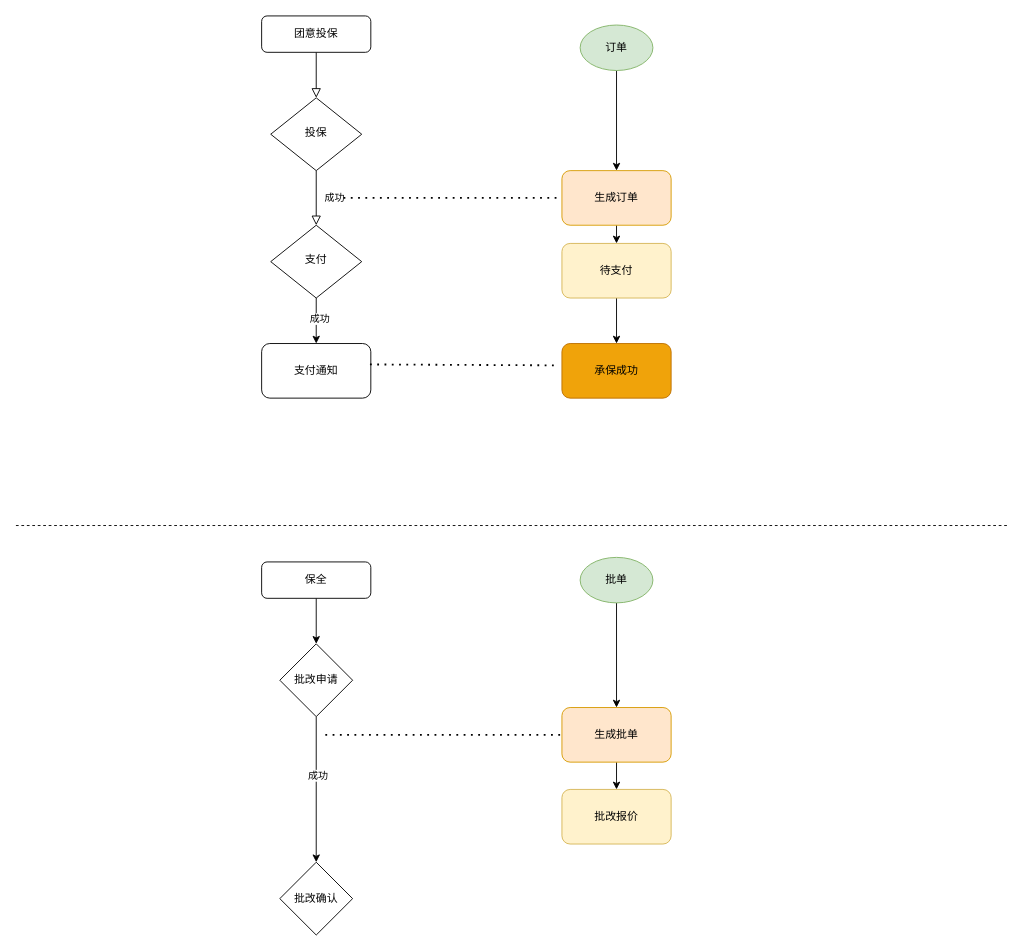
Above: insur/pa-group.drawio in zhanghaiyang1/draw (draw.io), before the change. Source tidied: cells renumbered, new cells numbered last; positions are measured from the earlier drawing's top-left corner, leaving out a move shared by most shapes. Both pictures are drawn from the tidied source at 91%, with x=0, y=0 at pixel (15, 15).
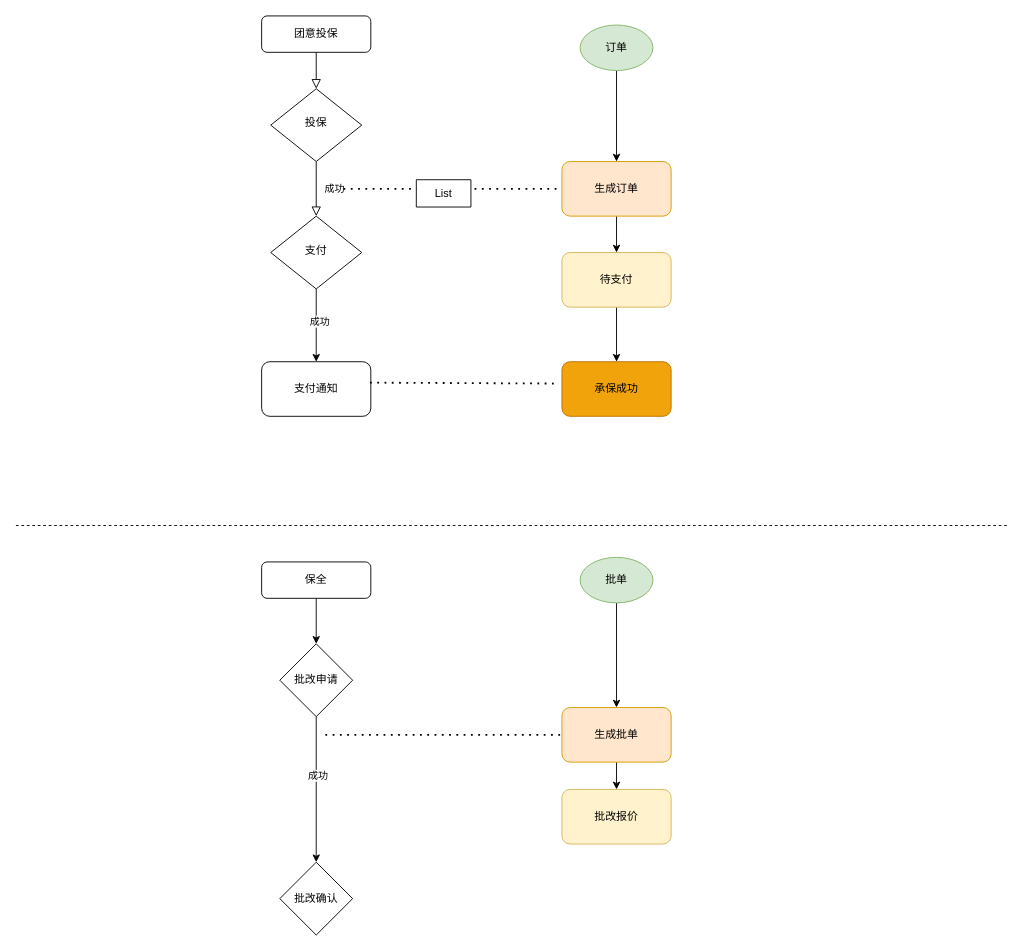
The same diagram, later.

Diff of the diagram source:
```diff
@@
     <mxCell id="5" value="投保" style="rhombus;whiteSpace=wrap;html=1;shadow=0;fontFamily=Helvetica;fontSize=12;align=center;strokeWidth=1;spacing=6;spacingTop=-4;" parent="1" vertex="1">
-      <mxGeometry x="280" y="90" width="100" height="80" as="geometry" />
+      <mxGeometry x="280" y="80" width="100" height="80" as="geometry" />
     </mxCell>
@@
     <mxCell id="8" value="支付" style="rhombus;whiteSpace=wrap;html=1;shadow=0;fontFamily=Helvetica;fontSize=12;align=center;strokeWidth=1;spacing=6;spacingTop=-4;" parent="1" vertex="1">
-      <mxGeometry x="280" y="230" width="100" height="80" as="geometry" />
+      <mxGeometry x="280" y="220" width="100" height="80" as="geometry" />
     </mxCell>
@@
     <mxCell id="14" value="生成订单" style="rounded=1;whiteSpace=wrap;html=1;fillColor=#ffe6cc;strokeColor=#d79b00;" parent="1" vertex="1">
-      <mxGeometry x="600" y="170" width="120" height="60" as="geometry" />
+      <mxGeometry x="600" y="160" width="120" height="60" as="geometry" />
     </mxCell>
     <mxCell id="15" style="endArrow=none;dashed=1;html=1;dashPattern=1 3;strokeWidth=2;rounded=0;entryX=0;entryY=0.5;entryDx=0;entryDy=0;" parent="1" edge="1" target="14">
       <mxGeometry relative="1" as="geometry">
-        <mxPoint x="360" y="200" as="sourcePoint" />
+        <mxPoint x="360" y="190" as="sourcePoint" />
       </mxGeometry>
     </mxCell>
@@
     <mxCell id="17" value="待支付" style="rounded=1;whiteSpace=wrap;html=1;fillColor=#fff2cc;strokeColor=#d6b656;" parent="1" vertex="1">
-      <mxGeometry x="600" y="250" width="120" height="60" as="geometry" />
+      <mxGeometry x="600" y="260" width="120" height="60" as="geometry" />
     </mxCell>
     <mxCell id="18" value="支付通知" style="rounded=1;whiteSpace=wrap;html=1;" parent="1" vertex="1">
-      <mxGeometry x="270" y="360" width="120" height="60" as="geometry" />
+      <mxGeometry x="270" y="380" width="120" height="60" as="geometry" />
     </mxCell>
     <mxCell id="19" value="承保成功" style="rounded=1;whiteSpace=wrap;html=1;fillColor=#f0a30a;fontColor=#000000;strokeColor=#BD7000;" parent="1" vertex="1">
-      <mxGeometry x="600" y="360" width="120" height="60" as="geometry" />
+      <mxGeometry x="600" y="380" width="120" height="60" as="geometry" />
     </mxCell>
@@
+    <mxCell id="32" value="List" style="swimlane;fontStyle=0;horizontal=1;startSize=30;whiteSpace=wrap;html=1;" parent="1" vertex="1" collapsed="1">
+      <mxGeometry x="440" y="180" width="60" height="30" as="geometry" />
+    </mxCell>
```
